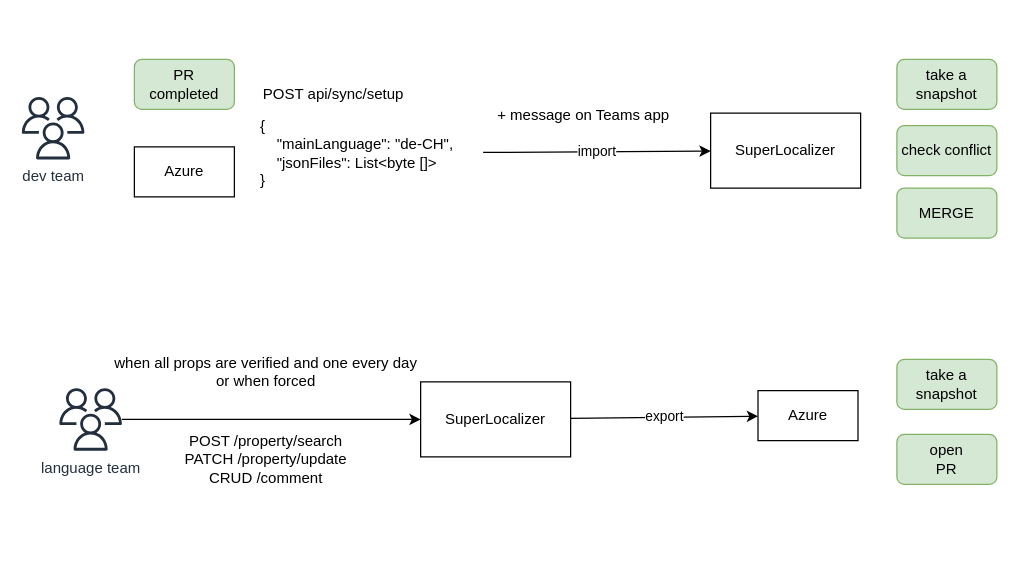
This is docs/diagrams/sync-flow.drawio from DallaValle/SuperLocalizer, a draw.io file, before an edit. Source tidied: cells renumbered, new cells numbered last; positions are measured from the earlier drawing's top-left corner, leaving out a move shared by most shapes. Both pictures are drawn from the tidied source at 125%, with x=0, y=0 at pixel (21, 59).
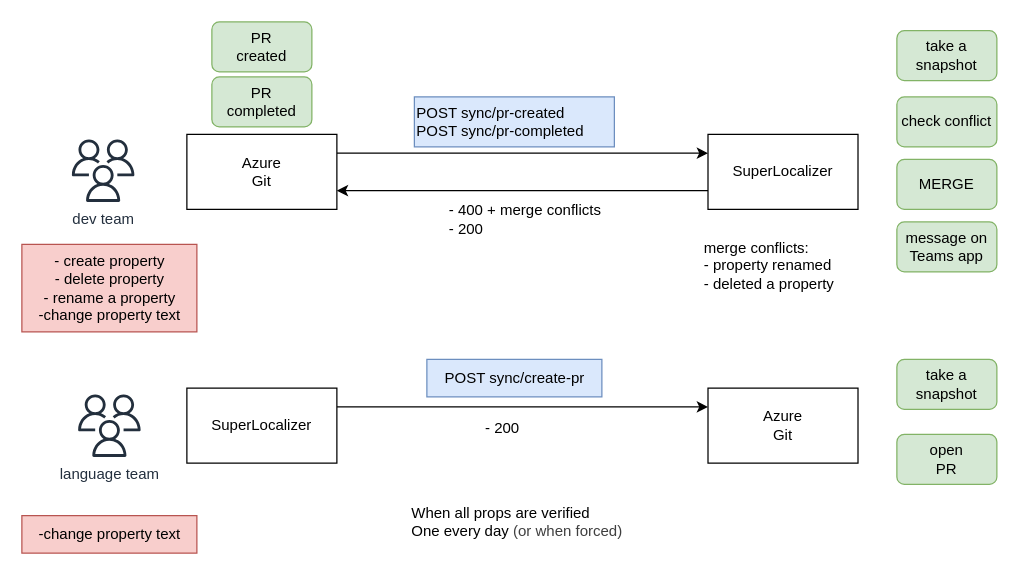
After the change.

The edit, as a diff of the source:
```diff
@@
-    <mxCell id="2" value="import" style="edgeStyle=none;html=1;" parent="1" edge="1" source="3" target="11">
+    <mxCell id="2" style="edgeStyle=none;html=1;entryX=0;entryY=0.25;entryDx=0;entryDy=0;exitX=1;exitY=0.25;exitDx=0;exitDy=0;" parent="1" edge="1" source="30" target="11">
       <mxGeometry relative="1" as="geometry" />
     </mxCell>
-    <mxCell id="3" value="{&lt;div&gt;&amp;nbsp; &amp;nbsp; &quot;mainLanguage&quot;: &quot;de-CH&quot;,&lt;/div&gt;&lt;div&gt;&amp;nbsp; &amp;nbsp; &quot;jsonFiles&quot;: List&amp;lt;byte []&amp;gt;&lt;/div&gt;&lt;div&gt;}&lt;/div&gt;" style="text;html=1;align=left;verticalAlign=middle;points=[];strokeColor=none;fillColor=none;" parent="1" vertex="1">
-      <mxGeometry x="189" y="40" width="180" height="70" as="geometry" />
-    </mxCell>
-    <mxCell id="4" value="POST api/sync/setup" style="text;html=1;align=center;verticalAlign=middle;strokeColor=none;fillColor=none;" parent="1" vertex="1">
-      <mxGeometry x="179" y="13" width="140" height="30" as="geometry" />
-    </mxCell>
     <mxCell id="5" value="PR&lt;div&gt;completed&lt;/div&gt;" style="rounded=1;whiteSpace=wrap;html=1;fillColor=#d5e8d4;strokeColor=#82b366;" parent="1" vertex="1">
-      <mxGeometry x="90" width="80" height="40" as="geometry" />
+      <mxGeometry x="152" y="14" width="80" height="40" as="geometry" />
     </mxCell>
-    <mxCell id="6" value="Azure" style="whiteSpace=wrap;html=1;" parent="1" vertex="1">
-      <mxGeometry x="588.9" y="265" width="80" height="40" as="geometry" />
-    </mxCell>
-    <mxCell id="7" value="export" style="edgeStyle=none;html=1;" parent="1" edge="1" source="8" target="6">
+    <mxCell id="7" style="edgeStyle=none;html=1;exitX=1;exitY=0.25;exitDx=0;exitDy=0;entryX=0;entryY=0.25;entryDx=0;entryDy=0;" parent="1" edge="1" source="8" target="32">
       <mxGeometry relative="1" as="geometry" />
     </mxCell>
     <mxCell id="8" value="SuperLocalizer" style="whiteSpace=wrap;html=1;" parent="1" vertex="1">
-      <mxGeometry x="319" y="258" width="120" height="60" as="geometry" />
+      <mxGeometry x="132" y="263" width="120" height="60" as="geometry" />
     </mxCell>
@@
-    <mxCell id="10" value="when all props are verified and one every day&lt;div&gt;or when forced&lt;/div&gt;" style="text;html=1;align=center;verticalAlign=middle;strokeColor=none;fillColor=none;" parent="1" vertex="1">
-      <mxGeometry x="60" y="230" width="270" height="40" as="geometry" />
+    <mxCell id="10" value="When all props are verified&lt;div&gt;One every day&amp;nbsp;&lt;span style=&quot;color: rgb(63, 63, 63); background-color: transparent;&quot;&gt;(or when forced)&lt;/span&gt;&lt;/div&gt;" style="text;html=1;align=left;verticalAlign=middle;strokeColor=none;fillColor=none;" parent="1" vertex="1">
+      <mxGeometry x="310" y="350" width="190" height="40" as="geometry" />
     </mxCell>
+    <mxCell id="22" style="edgeStyle=none;html=1;exitX=0;exitY=0.75;exitDx=0;exitDy=0;entryX=1;entryY=0.75;entryDx=0;entryDy=0;" parent="1" edge="1" source="11" target="30">
+      <mxGeometry relative="1" as="geometry" />
+    </mxCell>
     <mxCell id="11" value="SuperLocalizer" style="whiteSpace=wrap;html=1;" parent="1" vertex="1">
-      <mxGeometry x="551" y="43" width="120" height="60" as="geometry" />
+      <mxGeometry x="548.9" y="60" width="120" height="60" as="geometry" />
     </mxCell>
-    <mxCell id="12" value="Azure" style="whiteSpace=wrap;html=1;" parent="1" vertex="1">
-      <mxGeometry x="90" y="70" width="80" height="40" as="geometry" />
-    </mxCell>
     <mxCell id="13" value="dev team" style="sketch=0;fontColor=#232F3E;gradientColor=none;fillColor=#232F3D;strokeColor=none;dashed=0;verticalLabelPosition=bottom;verticalAlign=top;align=center;html=1;fontSize=12;fontStyle=0;shape=mxgraph.aws4.users;" parent="1" vertex="1">
-      <mxGeometry y="30" width="50" height="50" as="geometry" />
+      <mxGeometry x="40" y="64" width="50" height="50" as="geometry" />
     </mxCell>
-    <mxCell id="14" style="edgeStyle=none;html=1;" parent="1" edge="1" source="15" target="8">
-      <mxGeometry relative="1" as="geometry" />
-    </mxCell>
     <mxCell id="15" value="language team" style="sketch=0;outlineConnect=0;fontColor=#232F3E;gradientColor=none;fillColor=#232F3D;strokeColor=none;dashed=0;verticalLabelPosition=bottom;verticalAlign=top;align=center;html=1;fontSize=12;fontStyle=0;shape=mxgraph.aws4.users;" parent="1" vertex="1">
-      <mxGeometry x="30" y="263" width="50" height="50" as="geometry" />
+      <mxGeometry x="45" y="268" width="50" height="50" as="geometry" />
     </mxCell>
-    <mxCell id="16" value="+ message on Teams app" style="text;html=1;align=center;verticalAlign=middle;strokeColor=none;fillColor=none;" parent="1" vertex="1">
-      <mxGeometry x="369" y="30" width="160" height="30" as="geometry" />
-    </mxCell>
-    <mxCell id="17" value="POST /property/search&lt;div&gt;PATCH /property/update&lt;/div&gt;&lt;div&gt;CRUD /comment&lt;/div&gt;" style="text;html=1;align=center;verticalAlign=middle;strokeColor=none;fillColor=none;" parent="1" vertex="1">
-      <mxGeometry x="120" y="290" width="150" height="60" as="geometry" />
-    </mxCell>
     <mxCell id="18" value="take a snapshot" style="rounded=1;whiteSpace=wrap;html=1;fillColor=#d5e8d4;strokeColor=#82b366;" parent="1" vertex="1">
-      <mxGeometry x="700" width="80" height="40" as="geometry" />
+      <mxGeometry x="700" y="-23" width="80" height="40" as="geometry" />
     </mxCell>
     <mxCell id="19" value="check conflict" style="rounded=1;whiteSpace=wrap;html=1;fillColor=#d5e8d4;strokeColor=#82b366;" parent="1" vertex="1">
-      <mxGeometry x="700" y="53" width="80" height="40" as="geometry" />
+      <mxGeometry x="700" y="30" width="80" height="40" as="geometry" />
     </mxCell>
     <mxCell id="20" value="MERGE" style="rounded=1;whiteSpace=wrap;html=1;fillColor=#d5e8d4;strokeColor=#82b366;" parent="1" vertex="1">
-      <mxGeometry x="700" y="103" width="80" height="40" as="geometry" />
+      <mxGeometry x="700" y="80" width="80" height="40" as="geometry" />
     </mxCell>
@@
+    <mxCell id="23" value="POST sync/pr-created&lt;br&gt;&lt;span style=&quot;color: rgb(0, 0, 0);&quot;&gt;POST sync/pr-completed&lt;/span&gt;" style="text;html=1;align=left;verticalAlign=middle;strokeColor=#6c8ebf;fillColor=#dae8fc;" parent="1" vertex="1">
+      <mxGeometry x="314" y="30" width="160" height="40" as="geometry" />
+    </mxCell>
+    <mxCell id="24" value="- 400 + merge conflicts&lt;div&gt;- 200&lt;/div&gt;" style="text;html=1;align=left;verticalAlign=middle;strokeColor=none;fillColor=none;" parent="1" vertex="1">
+      <mxGeometry x="340" y="108" width="150" height="40" as="geometry" />
+    </mxCell>
+    <mxCell id="25" value="PR&lt;div&gt;created&lt;/div&gt;" style="rounded=1;whiteSpace=wrap;html=1;fillColor=#d5e8d4;strokeColor=#82b366;" parent="1" vertex="1">
+      <mxGeometry x="152" y="-30" width="80" height="40" as="geometry" />
+    </mxCell>
+    <mxCell id="26" value="merge conflicts:&lt;div&gt;&lt;font color=&quot;#000000&quot;&gt;- property renamed&lt;/font&gt;&lt;/div&gt;&lt;div&gt;&lt;font color=&quot;#000000&quot;&gt;- deleted a property&lt;/font&gt;&lt;/div&gt;" style="text;html=1;align=left;verticalAlign=middle;strokeColor=none;fillColor=none;" parent="1" vertex="1">
+      <mxGeometry x="543.9" y="135" width="130" height="60" as="geometry" />
+    </mxCell>
+    <mxCell id="27" value="&lt;div&gt;- create property&lt;/div&gt;&lt;div&gt;- delete property&lt;/div&gt;&lt;div&gt;- rename a property&lt;/div&gt;&lt;div&gt;-change property text&lt;/div&gt;" style="text;html=1;align=center;verticalAlign=middle;strokeColor=#b85450;fillColor=#f8cecc;" parent="1" vertex="1">
+      <mxGeometry y="148" width="140" height="70" as="geometry" />
+    </mxCell>
+    <mxCell id="28" value="&lt;div&gt;-change property text&lt;/div&gt;" style="text;html=1;align=center;verticalAlign=middle;strokeColor=#b85450;fillColor=#f8cecc;" parent="1" vertex="1">
+      <mxGeometry y="365" width="140" height="30" as="geometry" />
+    </mxCell>
+    <mxCell id="29" value="POST sync/create-pr" style="text;html=1;align=center;verticalAlign=middle;strokeColor=#6c8ebf;fillColor=#dae8fc;" parent="1" vertex="1">
+      <mxGeometry x="324" y="240" width="140" height="30" as="geometry" />
+    </mxCell>
+    <mxCell id="30" value="Azure&lt;div&gt;Git&lt;/div&gt;" style="whiteSpace=wrap;html=1;" parent="1" vertex="1">
+      <mxGeometry x="132" y="60" width="120" height="60" as="geometry" />
+    </mxCell>
+    <mxCell id="31" value="message on Teams app" style="rounded=1;whiteSpace=wrap;html=1;fillColor=#d5e8d4;strokeColor=#82b366;" parent="1" vertex="1">
+      <mxGeometry x="700" y="130" width="80" height="40" as="geometry" />
+    </mxCell>
+    <mxCell id="32" value="Azure&lt;div&gt;Git&lt;/div&gt;" style="whiteSpace=wrap;html=1;" parent="1" vertex="1">
+      <mxGeometry x="548.9" y="263" width="120" height="60" as="geometry" />
+    </mxCell>
+    <mxCell id="33" value="- 200" style="text;html=1;align=left;verticalAlign=middle;strokeColor=none;fillColor=none;" parent="1" vertex="1">
+      <mxGeometry x="369" y="280" width="50" height="30" as="geometry" />
+    </mxCell>
```
